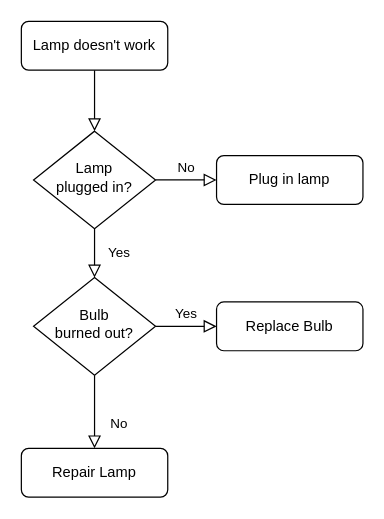
Earlier version of the draw.io diagram images/未命名绘图.drawio (tuomasi-dang/FileCodeBox). Source tidied: cells renumbered, new cells numbered last; positions are measured from the earlier drawing's top-left corner, leaving out a move shared by most shapes. Both pictures are drawn from the tidied source at 122%, with x=0, y=0 at pixel (21, 21).
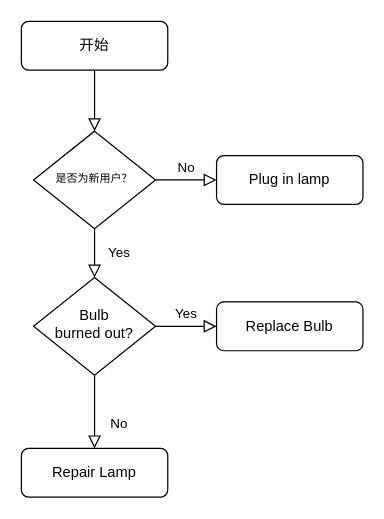
The same page after the edit.

Change to the diagram source:
```diff
@@
 <mxGraphModel>
   <root>
     <mxCell id="0" />
     <mxCell id="1" parent="0" />
     <mxCell id="2" style="rounded=0;html=1;jettySize=auto;fontSize=11;endArrow=block;endFill=0;endSize=8;strokeWidth=1;shadow=0;labelBackgroundColor=none;edgeStyle=orthogonalEdgeStyle;" parent="1" edge="1" source="3" target="6">
       <mxGeometry relative="1" as="geometry" />
     </mxCell>
-    <mxCell id="3" value="Lamp doesn't work" style="rounded=1;whiteSpace=wrap;html=1;fontSize=12;glass=0;strokeWidth=1;shadow=0;" parent="1" vertex="1">
+    <mxCell id="3" value="开始" style="rounded=1;whiteSpace=wrap;html=1;fontSize=12;glass=0;strokeWidth=1;shadow=0;" parent="1" vertex="1">
       <mxGeometry width="120" height="40" as="geometry" />
     </mxCell>
     <mxCell id="4" value="Yes" style="rounded=0;html=1;jettySize=auto;fontSize=11;endArrow=block;endFill=0;endSize=8;strokeWidth=1;shadow=0;labelBackgroundColor=none;edgeStyle=orthogonalEdgeStyle;" parent="1" edge="1" source="6" target="10">
       <mxGeometry y="20" relative="1" as="geometry" />
     </mxCell>
     <mxCell id="5" value="No" style="edgeStyle=orthogonalEdgeStyle;rounded=0;html=1;jettySize=auto;fontSize=11;endArrow=block;endFill=0;endSize=8;strokeWidth=1;shadow=0;labelBackgroundColor=none;" parent="1" edge="1" source="6" target="7">
       <mxGeometry y="10" relative="1" as="geometry" />
     </mxCell>
-    <mxCell id="6" value="Lamp&lt;br&gt;plugged in?" style="rhombus;whiteSpace=wrap;html=1;shadow=0;fontFamily=Helvetica;fontSize=12;align=center;strokeWidth=1;spacing=6;spacingTop=-4;" parent="1" vertex="1">
+    <mxCell id="6" value="&lt;font style=&quot;font-size: 9px;&quot;&gt;是否为新用户？&lt;/font&gt;" style="rhombus;whiteSpace=wrap;html=1;shadow=0;fontFamily=Helvetica;fontSize=12;align=center;strokeWidth=1;spacing=6;spacingTop=-4;" parent="1" vertex="1">
       <mxGeometry x="10" y="90" width="100" height="80" as="geometry" />
     </mxCell>
     <mxCell id="7" value="Plug in lamp" style="rounded=1;whiteSpace=wrap;html=1;fontSize=12;glass=0;strokeWidth=1;shadow=0;" parent="1" vertex="1">
       <mxGeometry x="160" y="110" width="120" height="40" as="geometry" />
     </mxCell>
     <mxCell id="8" value="No" style="rounded=0;html=1;jettySize=auto;fontSize=11;endArrow=block;endFill=0;endSize=8;strokeWidth=1;shadow=0;labelBackgroundColor=none;edgeStyle=orthogonalEdgeStyle;" parent="1" edge="1" source="10" target="11">
       <mxGeometry x="0.33" y="20" relative="1" as="geometry" />
     </mxCell>
     <mxCell id="9" value="Yes" style="edgeStyle=orthogonalEdgeStyle;rounded=0;html=1;jettySize=auto;fontSize=11;endArrow=block;endFill=0;endSize=8;strokeWidth=1;shadow=0;labelBackgroundColor=none;" parent="1" edge="1" source="10" target="12">
       <mxGeometry y="10" relative="1" as="geometry" />
     </mxCell>
     <mxCell id="10" value="Bulb&lt;br&gt;burned out?" style="rhombus;whiteSpace=wrap;html=1;shadow=0;fontFamily=Helvetica;fontSize=12;align=center;strokeWidth=1;spacing=6;spacingTop=-4;" parent="1" vertex="1">
       <mxGeometry x="10" y="210" width="100" height="80" as="geometry" />
     </mxCell>
     <mxCell id="11" value="Repair Lamp" style="rounded=1;whiteSpace=wrap;html=1;fontSize=12;glass=0;strokeWidth=1;shadow=0;" parent="1" vertex="1">
       <mxGeometry y="350" width="120" height="40" as="geometry" />
     </mxCell>
     <mxCell id="12" value="Replace Bulb" style="rounded=1;whiteSpace=wrap;html=1;fontSize=12;glass=0;strokeWidth=1;shadow=0;" parent="1" vertex="1">
       <mxGeometry x="160" y="230" width="120" height="40" as="geometry" />
     </mxCell>
   </root>
 </mxGraphModel>
```
